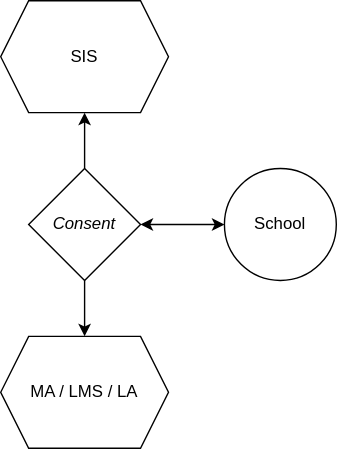
The draw.io diagram documentation/diagrams/consentbasic.svg in stichtingsem/ecosystem, before a commit. Source tidied: cells renumbered, new cells last; positions are measured from the earlier drawing's top-left corner, leaving out a move shared by most shapes.
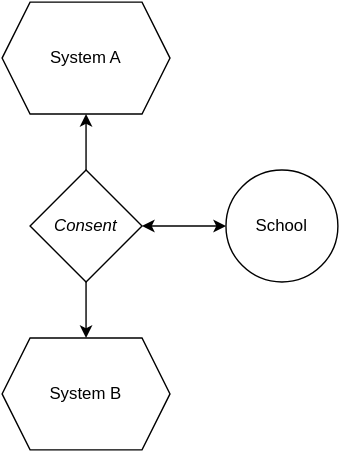
After the commit.

The edit, as a diff of the source:
```diff
@@ -2,10 +2,10 @@
   <root>
     <mxCell id="0" />
     <mxCell id="1" parent="0" />
-    <mxCell id="2" value="SIS" style="shape=hexagon;perimeter=hexagonPerimeter2;whiteSpace=wrap;html=1;fixedSize=1;" parent="1" vertex="1">
+    <mxCell id="2" value="System A" style="shape=hexagon;perimeter=hexagonPerimeter2;whiteSpace=wrap;html=1;fixedSize=1;" parent="1" vertex="1">
       <mxGeometry width="120" height="80" as="geometry" />
     </mxCell>
-    <mxCell id="3" value="MA / LMS / LA" style="shape=hexagon;perimeter=hexagonPerimeter2;whiteSpace=wrap;html=1;fixedSize=1;" parent="1" vertex="1">
+    <mxCell id="3" value="System B" style="shape=hexagon;perimeter=hexagonPerimeter2;whiteSpace=wrap;html=1;fixedSize=1;" parent="1" vertex="1">
       <mxGeometry y="240" width="120" height="80" as="geometry" />
     </mxCell>
     <mxCell id="4" value="School" style="ellipse;whiteSpace=wrap;html=1;" parent="1" vertex="1">
```
